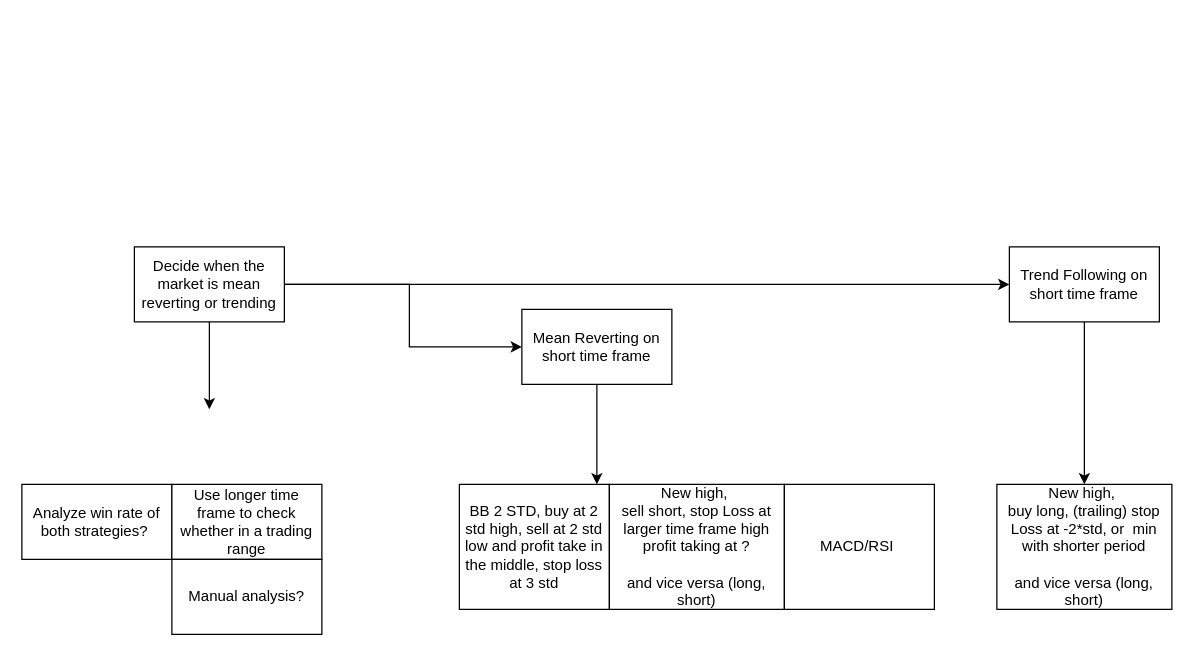
This is TradingKonzepteFlowchart.drawio from jensakut/ibFuturesTrendFollowing, a draw.io file, before an edit. Source tidied: cells renumbered, new cells numbered last; positions are measured from the earlier drawing's top-left corner, leaving out a move shared by most shapes. Both pictures are drawn from the tidied source at 125%, with x=0, y=0 at pixel (21, 246).
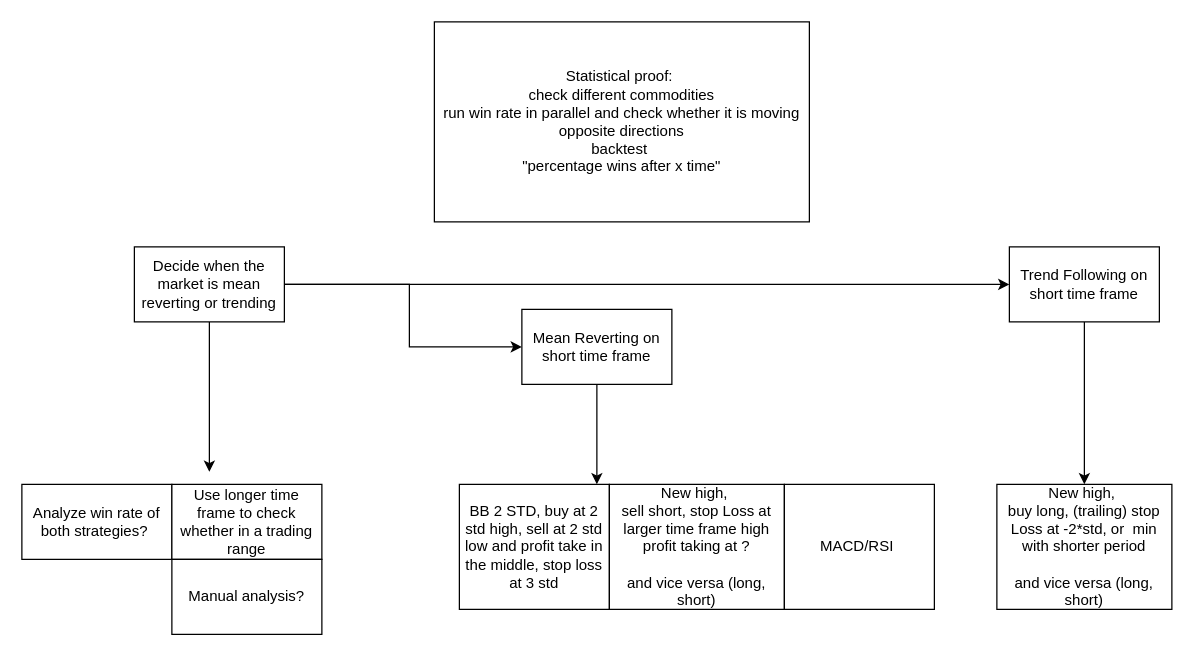
The same diagram, later.

The change refers to these unchanged cells:
```xml
<mxCell id="5" value="Decide when the market is mean reverting or trending" style="rounded=0;whiteSpace=wrap;html=1;" parent="1" vertex="1">
  <mxGeometry x="90" width="120" height="60" as="geometry" />
</mxCell>
```

Diff of the diagram source:
```diff
@@
     <mxCell id="2" style="edgeStyle=orthogonalEdgeStyle;rounded=0;jettySize=auto;html=1;" parent="1" edge="1" source="5">
       <mxGeometry relative="1" as="geometry">
-        <mxPoint x="150" y="130" as="targetPoint" />
+        <mxPoint x="150" y="180" as="targetPoint" />
       </mxGeometry>
     </mxCell>
@@
+    <mxCell id="17" value="Statistical proof:&amp;nbsp;&lt;br&gt;check different commodities&lt;br&gt;run win rate in parallel and check whether it is moving opposite directions&lt;br&gt;backtest&amp;nbsp;&lt;br&gt;&quot;percentage wins after x time&quot;" style="rounded=0;whiteSpace=wrap;html=1;" parent="1" vertex="1">
+      <mxGeometry x="330" y="-180" width="300" height="160" as="geometry" />
+    </mxCell>
```
